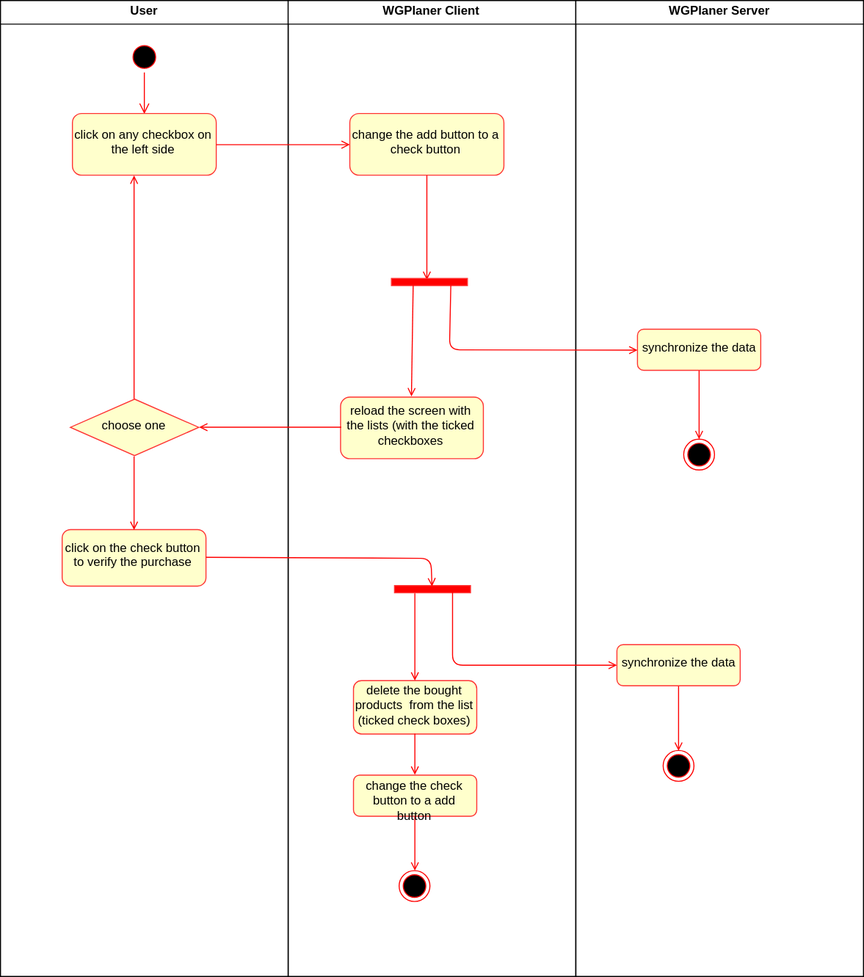
Earlier version of the draw.io export Documentation/ActivityDiagrams/uc_buy_item_activity_diagramm.svg (WGPlaner/wg_planer). Source tidied: cells renumbered, new cells last; positions are measured from the earlier drawing's top-left corner, leaving out a move shared by most shapes.
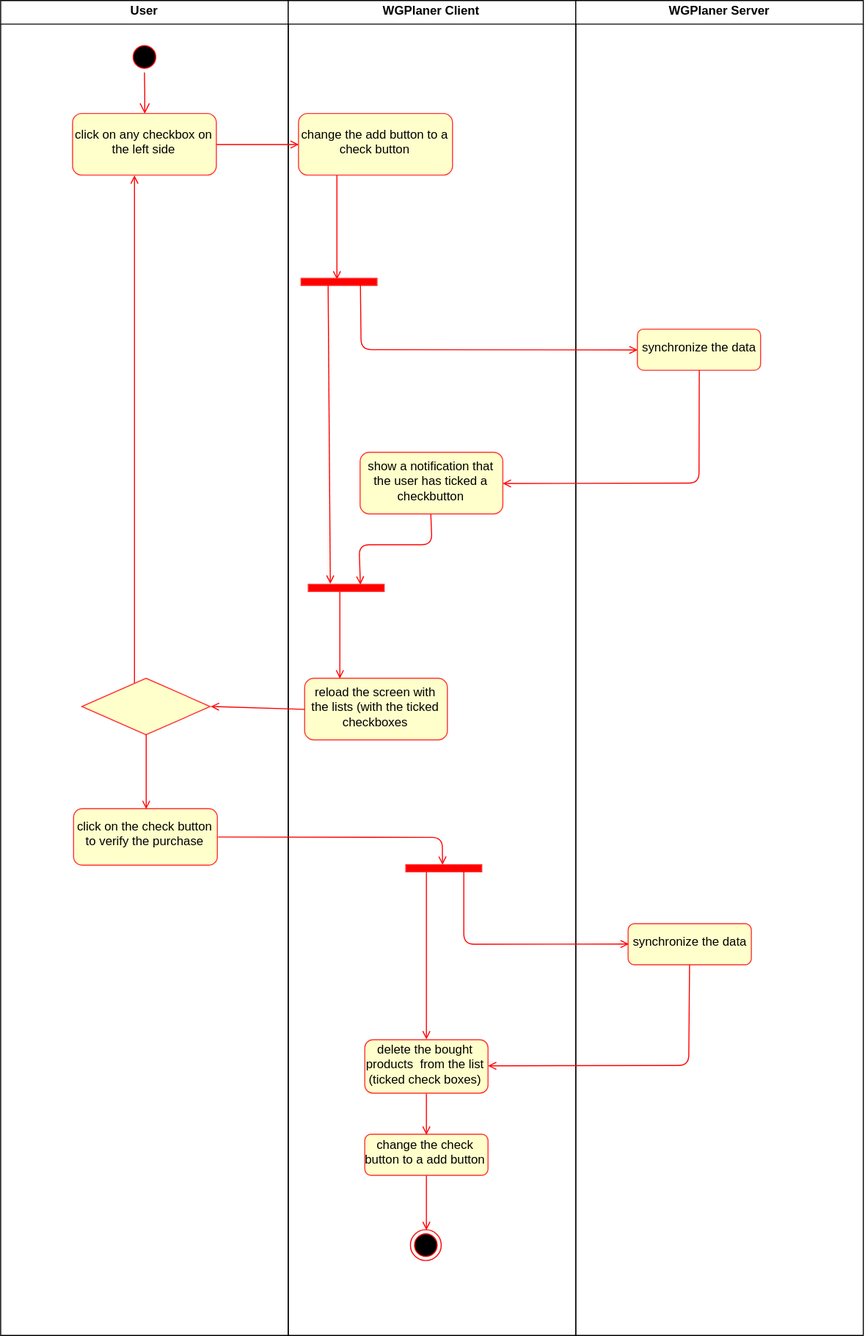
After the change.

Change to the diagram source:
```diff
@@ -3,7 +3,7 @@
     <mxCell id="0" />
     <mxCell id="1" parent="0" />
     <mxCell id="2" value="User" style="swimlane;whiteSpace=wrap;" parent="1" vertex="1">
-      <mxGeometry width="280" height="950" as="geometry" />
+      <mxGeometry width="280" height="1300" as="geometry" />
     </mxCell>
     <mxCell id="3" style="ellipse;shape=startState;fillColor=#000000;strokeColor=#ff0000;" parent="2" vertex="1">
       <mxGeometry x="125" y="40" width="30" height="30" as="geometry" />
@@ -25,45 +25,48 @@
         </Array>
       </mxGeometry>
     </mxCell>
-    <mxCell id="8" value="choose one" style="rhombus;whiteSpace=wrap;html=1;strokeColor=#FF3333;fillColor=#FFFFCC;" parent="2" vertex="1">
-      <mxGeometry x="68" y="388" width="125" height="55" as="geometry" />
+    <mxCell id="8" style="rhombus;whiteSpace=wrap;html=1;strokeColor=#FF3333;fillColor=#FFFFCC;" parent="2" vertex="1">
+      <mxGeometry x="79" y="660" width="125" height="55" as="geometry" />
     </mxCell>
     <mxCell id="9" value="click on the check button to verify the purchase" style="rounded=1;whiteSpace=wrap;html=1;fillColor=#FFFFCC;strokeColor=#FF3333;" parent="2" vertex="1">
-      <mxGeometry x="60" y="515" width="140" height="55" as="geometry" />
+      <mxGeometry x="71" y="787" width="140" height="55" as="geometry" />
     </mxCell>
     <mxCell id="10" style="endArrow=open;html=1;strokeColor=#FF0000;entryX=0.5;entryY=0;endFill=0;exitX=0.5;exitY=1;" parent="2" edge="1" source="8" target="9">
       <mxGeometry relative="1" as="geometry" />
     </mxCell>
     <mxCell id="11" value="WGPlaner Client" style="swimlane;whiteSpace=wrap;" parent="1" vertex="1">
-      <mxGeometry x="280" width="280" height="950" as="geometry" />
+      <mxGeometry x="280" width="280" height="1300" as="geometry" />
     </mxCell>
-    <mxCell id="12" style="edgeStyle=orthogonalEdgeStyle;rounded=0;html=1;entryX=0.228;entryY=0.534;entryPerimeter=0;endArrow=open;endFill=0;jettySize=auto;strokeColor=#FF0000;" parent="11" edge="1" source="13" target="15">
+    <mxCell id="12" style="edgeStyle=orthogonalEdgeStyle;rounded=0;html=1;entryX=0.228;entryY=0.534;entryPerimeter=0;endArrow=open;endFill=0;jettySize=auto;strokeColor=#FF0000;exitX=0.25;exitY=1;" parent="11" edge="1" source="13" target="15">
       <mxGeometry relative="1" as="geometry">
         <Array as="points">
-          <mxPoint x="135" y="220" />
+          <mxPoint x="47" y="250" />
+          <mxPoint x="47" y="250" />
         </Array>
       </mxGeometry>
     </mxCell>
     <mxCell id="13" value="change the add button to a check button" style="rounded=1;whiteSpace=wrap;html=1;fillColor=#FFFFCC;strokeColor=#FF3333;" parent="11" vertex="1">
-      <mxGeometry x="60" y="110" width="150" height="60" as="geometry" />
+      <mxGeometry x="10" y="110" width="150" height="60" as="geometry" />
     </mxCell>
     <mxCell id="14" value="reload the screen with the lists (with the ticked checkboxes" style="rounded=1;whiteSpace=wrap;html=1;fillColor=#FFFFCC;strokeColor=#FF3333;" parent="11" vertex="1">
-      <mxGeometry x="51" y="386" width="139" height="60" as="geometry" />
+      <mxGeometry x="16" y="660" width="139" height="60" as="geometry" />
     </mxCell>
     <mxCell id="15" style="html=1;points=[];perimeter=orthogonalPerimeter;strokeColor=#FF3333;fillColor=#FF0000;rotation=90;" parent="11" vertex="1">
-      <mxGeometry x="134" y="237" width="7" height="74" as="geometry" />
+      <mxGeometry x="46" y="237" width="7" height="74" as="geometry" />
     </mxCell>
-    <mxCell id="16" style="endArrow=open;html=1;strokeColor=#FF0000;exitX=0.929;exitY=0.717;exitPerimeter=0;entryX=0.5;entryY=0;endFill=0;" parent="11" edge="1" source="15" target="14">
-      <mxGeometry relative="1" as="geometry" />
+    <mxCell id="16" style="endArrow=open;html=1;strokeColor=#FF0000;exitX=0.929;exitY=0.644;exitPerimeter=0;endFill=0;" parent="11" edge="1" source="15">
+      <mxGeometry relative="1" as="geometry">
+        <mxPoint x="41" y="568" as="targetPoint" />
+      </mxGeometry>
     </mxCell>
     <mxCell id="17" style="html=1;points=[];perimeter=orthogonalPerimeter;strokeColor=#FF3333;fillColor=#FF0000;rotation=90;" parent="11" vertex="1">
-      <mxGeometry x="137" y="536" width="7" height="74" as="geometry" />
+      <mxGeometry x="148" y="808" width="7" height="74" as="geometry" />
     </mxCell>
     <mxCell id="18" style="ellipse;shape=endState;fillColor=#000000;strokeColor=#ff0000;" parent="11" vertex="1">
-      <mxGeometry x="108" y="847" width="30" height="30" as="geometry" />
+      <mxGeometry x="119" y="1197" width="30" height="30" as="geometry" />
     </mxCell>
     <mxCell id="19" value="delete the bought products&amp;nbsp; from the list (ticked check boxes)" style="rounded=1;whiteSpace=wrap;html=1;fillColor=#FFFFCC;strokeColor=#FF3333;" parent="11" vertex="1">
-      <mxGeometry x="63.6" y="662" width="120" height="52" as="geometry" />
+      <mxGeometry x="74.6" y="1012" width="120" height="52" as="geometry" />
     </mxCell>
     <mxCell id="20" style="endArrow=open;html=1;strokeColor=#FF0000;endFill=0;entryX=0.5;entryY=0;exitX=1.017;exitY=0.728;exitPerimeter=0;" parent="11" edge="1" source="17" target="19">
       <mxGeometry relative="1" as="geometry" />
@@ -71,44 +74,49 @@
     <mxCell id="21" style="edgeStyle=orthogonalEdgeStyle;curved=1;rounded=0;html=1;entryX=0.5;entryY=0;endArrow=open;endFill=0;jettySize=auto;strokeColor=#FF0000;" parent="11" edge="1" source="22" target="18">
       <mxGeometry relative="1" as="geometry">
         <Array as="points">
-          <mxPoint x="123" y="821" />
+          <mxPoint x="134" y="1171" />
         </Array>
       </mxGeometry>
     </mxCell>
     <mxCell id="22" value="change the check button to a add button " style="rounded=1;whiteSpace=wrap;html=1;fillColor=#FFFFCC;strokeColor=#FF3333;" parent="11" vertex="1">
-      <mxGeometry x="63.6" y="754" width="120" height="40" as="geometry" />
+      <mxGeometry x="74.6" y="1104" width="120" height="40" as="geometry" />
     </mxCell>
     <mxCell id="23" style="endArrow=open;html=1;strokeColor=#FF0000;exitX=0.5;exitY=1;endFill=0;entryX=0.5;entryY=0;" parent="11" edge="1" source="19" target="22">
       <mxGeometry relative="1" as="geometry" />
     </mxCell>
+    <mxCell id="36" value="show a notification that the user has ticked a checkbutton" style="rounded=1;whiteSpace=wrap;html=1;fillColor=#FFFFCC;strokeColor=#FF3333;" parent="11" vertex="1">
+      <mxGeometry x="70" y="440" width="139" height="60" as="geometry" />
+    </mxCell>
+    <mxCell id="37" style="html=1;points=[];perimeter=orthogonalPerimeter;strokeColor=#FF3333;fillColor=#FF0000;rotation=90;" parent="11" vertex="1">
+      <mxGeometry x="53" y="535" width="7" height="74" as="geometry" />
+    </mxCell>
+    <mxCell id="38" style="rounded=1;html=1;entryX=0.044;entryY=0.323;endArrow=open;endFill=0;jettySize=auto;strokeColor=#FF0000;exitX=0.5;exitY=1;elbow=vertical;entryPerimeter=0;" parent="11" edge="1" source="36" target="37">
+      <mxGeometry relative="1" as="geometry">
+        <Array as="points">
+          <mxPoint x="140" y="530" />
+          <mxPoint x="69" y="530" />
+        </Array>
+      </mxGeometry>
+    </mxCell>
+    <mxCell id="39" style="endArrow=open;html=1;strokeColor=#FF0000;endFill=0;entryX=0.25;entryY=0;" parent="11" edge="1" source="37" target="14">
+      <mxGeometry relative="1" as="geometry" />
+    </mxCell>
     <mxCell id="24" value="WGPlaner Server" style="swimlane;whiteSpace=wrap;" parent="1" vertex="1">
-      <mxGeometry x="560" width="280" height="950" as="geometry" />
+      <mxGeometry x="560" width="280" height="1300" as="geometry" />
     </mxCell>
     <mxCell id="25" value="synchronize the data" style="rounded=1;whiteSpace=wrap;html=1;fillColor=#FFFFCC;strokeColor=#FF3333;" parent="24" vertex="1">
       <mxGeometry x="60" y="320" width="120" height="40" as="geometry" />
     </mxCell>
-    <mxCell id="26" style="edgeStyle=orthogonalEdgeStyle;curved=1;rounded=0;html=1;entryX=0.5;entryY=0;endArrow=open;endFill=0;jettySize=auto;strokeColor=#FF0000;" parent="24" edge="1" source="27" target="30">
-      <mxGeometry relative="1" as="geometry" />
-    </mxCell>
     <mxCell id="27" value="synchronize the data" style="rounded=1;whiteSpace=wrap;html=1;fillColor=#FFFFCC;strokeColor=#FF3333;" parent="24" vertex="1">
-      <mxGeometry x="40" y="627" width="120" height="40" as="geometry" />
+      <mxGeometry x="51" y="899" width="120" height="40" as="geometry" />
     </mxCell>
-    <mxCell id="28" style="ellipse;shape=endState;fillColor=#000000;strokeColor=#ff0000;" parent="24" vertex="1">
-      <mxGeometry x="105" y="427" width="30" height="30" as="geometry" />
-    </mxCell>
-    <mxCell id="29" style="edgeStyle=orthogonalEdgeStyle;curved=1;rounded=0;html=1;entryX=0.5;entryY=0;endArrow=open;endFill=0;jettySize=auto;strokeColor=#FF0000;exitX=0.5;exitY=1;" parent="24" edge="1" source="25" target="28">
-      <mxGeometry relative="1" as="geometry" />
-    </mxCell>
-    <mxCell id="30" style="ellipse;shape=endState;fillColor=#000000;strokeColor=#ff0000;" parent="24" vertex="1">
-      <mxGeometry x="85" y="730" width="30" height="30" as="geometry" />
-    </mxCell>
     <mxCell id="31" style="endArrow=open;html=1;strokeColor=#FF0000;exitX=1;exitY=0.5;entryX=0;entryY=0.5;endFill=0;" parent="1" edge="1" source="5" target="13">
       <mxGeometry relative="1" as="geometry" />
     </mxCell>
     <mxCell id="32" style="endArrow=open;html=1;strokeColor=#FF0000;entryX=0;entryY=0.5;exitX=0.843;exitY=0.22;exitPerimeter=0;endFill=0;" parent="1" edge="1" source="15" target="25">
       <mxGeometry relative="1" as="geometry">
         <Array as="points">
-          <mxPoint x="437" y="340" />
+          <mxPoint x="351" y="340" />
         </Array>
       </mxGeometry>
     </mxCell>
@@ -118,17 +126,31 @@
     <mxCell id="34" style="endArrow=open;html=1;strokeColor=#FF0000;exitX=1;exitY=0.5;endFill=0;entryX=0.024;entryY=0.507;entryPerimeter=0;" parent="1" edge="1" source="9" target="17">
       <mxGeometry relative="1" as="geometry">
         <Array as="points">
-          <mxPoint x="419" y="543" />
+          <mxPoint x="430" y="815" />
         </Array>
       </mxGeometry>
     </mxCell>
     <mxCell id="35" style="endArrow=open;html=1;strokeColor=#FF0000;entryX=0;entryY=0.5;endFill=0;" parent="1" edge="1" target="27">
       <mxGeometry relative="1" as="geometry">
-        <mxPoint x="440" y="573" as="sourcePoint" />
+        <mxPoint x="451" y="845" as="sourcePoint" />
         <Array as="points">
-          <mxPoint x="440" y="647" />
+          <mxPoint x="451" y="919" />
         </Array>
       </mxGeometry>
     </mxCell>
+    <mxCell id="29" style="rounded=1;html=1;entryX=1;entryY=0.5;endArrow=open;endFill=0;jettySize=auto;strokeColor=#FF0000;exitX=0.5;exitY=1;elbow=vertical;" parent="1" edge="1" source="25" target="36">
+      <mxGeometry relative="1" as="geometry">
+        <Array as="points">
+          <mxPoint x="680" y="470" />
+        </Array>
+      </mxGeometry>
+    </mxCell>
+    <mxCell id="26" style="html=1;entryX=1;entryY=0.5;endArrow=open;endFill=0;jettySize=auto;strokeColor=#FF0000;rounded=1;" parent="1" edge="1" source="27" target="19">
+      <mxGeometry relative="1" as="geometry">
+        <Array as="points">
+          <mxPoint x="670" y="1037" />
+        </Array>
+      </mxGeometry>
+    </mxCell>
   </root>
 </mxGraphModel>
```
